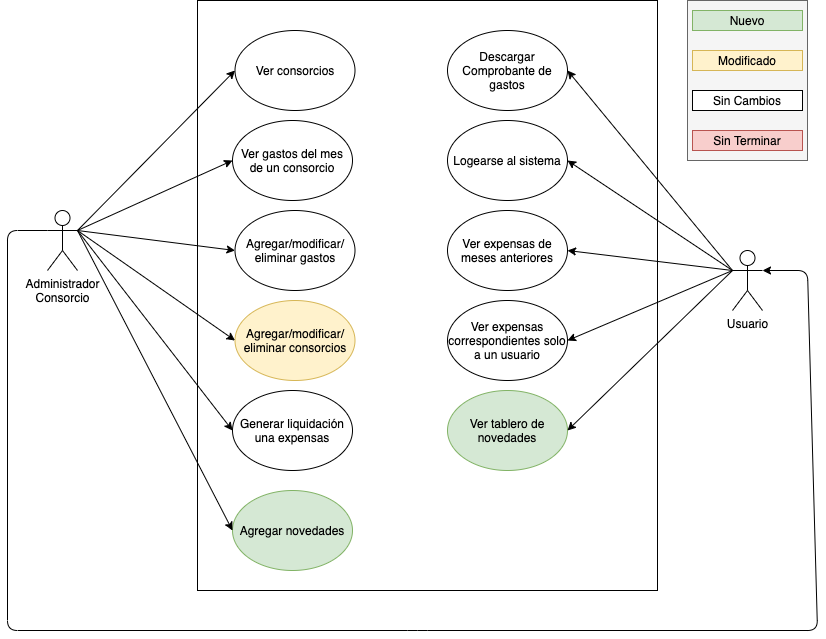
The draw.io diagram united-consortium-doc/use-cases-sources/entrega-3.png in fbritez/consorcio-unido, before a commit. Source tidied: cells renumbered, new cells last; positions are measured from the earlier drawing's top-left corner, leaving out a move shared by most shapes. Its diagram source:
```xml
<mxGraphModel>
  <root>
    <mxCell id="0" />
    <mxCell id="1" parent="0" />
    <mxCell id="2" style="rounded=0;whiteSpace=wrap;html=1;" parent="1" vertex="1">
      <mxGeometry x="190" width="460" height="590" as="geometry" />
    </mxCell>
    <mxCell id="3" value="Administrador&lt;br&gt;Consorcio" style="shape=umlActor;verticalLabelPosition=bottom;verticalAlign=top;html=1;outlineConnect=0;" parent="1" vertex="1">
      <mxGeometry x="40" y="210" width="30" height="60" as="geometry" />
    </mxCell>
    <mxCell id="4" value="Ver consorcios" style="ellipse;whiteSpace=wrap;html=1;" parent="1" vertex="1">
      <mxGeometry x="227.5" y="30" width="120" height="80" as="geometry" />
    </mxCell>
    <mxCell id="5" style="endArrow=classic;html=1;entryX=0;entryY=0.5;entryDx=0;entryDy=0;exitX=1;exitY=0.3333333333333333;exitDx=0;exitDy=0;exitPerimeter=0;" parent="1" edge="1" source="3" target="4">
      <mxGeometry relative="1" as="geometry" />
    </mxCell>
    <mxCell id="6" value="Ver gastos del mes&lt;br&gt;de un consorcio" style="ellipse;whiteSpace=wrap;html=1;" parent="1" vertex="1">
      <mxGeometry x="225" y="120" width="120" height="80" as="geometry" />
    </mxCell>
    <mxCell id="7" style="endArrow=classic;html=1;entryX=0;entryY=0.5;entryDx=0;entryDy=0;exitX=1;exitY=0.3333333333333333;exitDx=0;exitDy=0;exitPerimeter=0;" parent="1" edge="1" source="3" target="6">
      <mxGeometry relative="1" as="geometry" />
    </mxCell>
    <mxCell id="8" value="Agregar/modificar/&lt;br&gt;eliminar gastos" style="ellipse;whiteSpace=wrap;html=1;" parent="1" vertex="1">
      <mxGeometry x="227.5" y="210" width="120" height="80" as="geometry" />
    </mxCell>
    <mxCell id="9" style="endArrow=classic;html=1;entryX=0;entryY=0.5;entryDx=0;entryDy=0;exitX=1;exitY=0.3333333333333333;exitDx=0;exitDy=0;exitPerimeter=0;" parent="1" edge="1" source="3" target="8">
      <mxGeometry relative="1" as="geometry" />
    </mxCell>
    <mxCell id="10" style="rounded=0;whiteSpace=wrap;html=1;fillColor=#f5f5f5;strokeColor=#666666;fontColor=#333333;" parent="1" vertex="1">
      <mxGeometry x="680" width="120" height="160" as="geometry" />
    </mxCell>
    <mxCell id="11" value="Nuevo" style="rounded=0;whiteSpace=wrap;html=1;fillColor=#d5e8d4;strokeColor=#82b366;" parent="1" vertex="1">
      <mxGeometry x="685" y="10" width="110" height="20" as="geometry" />
    </mxCell>
    <mxCell id="12" value="Modificado" style="rounded=0;whiteSpace=wrap;html=1;fillColor=#fff2cc;strokeColor=#d6b656;" parent="1" vertex="1">
      <mxGeometry x="685" y="50" width="110" height="20" as="geometry" />
    </mxCell>
    <mxCell id="13" value="Sin Cambios" style="rounded=0;whiteSpace=wrap;html=1;" parent="1" vertex="1">
      <mxGeometry x="685" y="90" width="110" height="20" as="geometry" />
    </mxCell>
    <mxCell id="14" value="Sin Terminar" style="rounded=0;whiteSpace=wrap;html=1;fillColor=#f8cecc;strokeColor=#b85450;" parent="1" vertex="1">
      <mxGeometry x="685" y="130" width="110" height="20" as="geometry" />
    </mxCell>
    <mxCell id="15" value="Descargar Comprobante de gastos" style="ellipse;whiteSpace=wrap;html=1;fillColor=#FFFFFF;strokeColor=#000000;" parent="1" vertex="1">
      <mxGeometry x="440" y="30" width="120" height="80" as="geometry" />
    </mxCell>
    <mxCell id="16" value="Logearse al sistema" style="ellipse;whiteSpace=wrap;html=1;fillColor=#FFFFFF;strokeColor=#000000;" parent="1" vertex="1">
      <mxGeometry x="440" y="120" width="120" height="80" as="geometry" />
    </mxCell>
    <mxCell id="17" style="endArrow=classic;html=1;entryX=1;entryY=0.5;entryDx=0;entryDy=0;exitX=0;exitY=0.3333333333333333;exitDx=0;exitDy=0;exitPerimeter=0;" parent="1" edge="1" source="19" target="15">
      <mxGeometry relative="1" as="geometry" />
    </mxCell>
    <mxCell id="18" style="endArrow=classic;html=1;entryX=1;entryY=0.5;entryDx=0;entryDy=0;exitX=0;exitY=0.3333333333333333;exitDx=0;exitDy=0;exitPerimeter=0;" parent="1" edge="1" source="19" target="16">
      <mxGeometry relative="1" as="geometry" />
    </mxCell>
    <mxCell id="19" value="Usuario" style="shape=umlActor;verticalLabelPosition=bottom;verticalAlign=top;html=1;outlineConnect=0;" parent="1" vertex="1">
      <mxGeometry x="725" y="250" width="30" height="60" as="geometry" />
    </mxCell>
    <mxCell id="20" value="Agregar/modificar/&lt;br&gt;eliminar consorcios" style="ellipse;whiteSpace=wrap;html=1;fillColor=#fff2cc;strokeColor=#d6b656;" parent="1" vertex="1">
      <mxGeometry x="227.5" y="300" width="120" height="80" as="geometry" />
    </mxCell>
    <mxCell id="21" style="endArrow=classic;html=1;entryX=0;entryY=0.5;entryDx=0;entryDy=0;exitX=1;exitY=0.3333333333333333;exitDx=0;exitDy=0;exitPerimeter=0;" parent="1" edge="1" source="3" target="20">
      <mxGeometry relative="1" as="geometry" />
    </mxCell>
    <mxCell id="22" value="Ver expensas de meses anteriores" style="ellipse;whiteSpace=wrap;html=1;" parent="1" vertex="1">
      <mxGeometry x="440" y="210" width="120" height="80" as="geometry" />
    </mxCell>
    <mxCell id="23" style="endArrow=classic;html=1;entryX=1;entryY=0.5;entryDx=0;entryDy=0;exitX=0;exitY=0.3333333333333333;exitDx=0;exitDy=0;exitPerimeter=0;" parent="1" edge="1" source="19" target="22">
      <mxGeometry relative="1" as="geometry" />
    </mxCell>
    <mxCell id="24" value="Ver expensas correspondientes solo a un usuario" style="ellipse;whiteSpace=wrap;html=1;" parent="1" vertex="1">
      <mxGeometry x="440" y="300" width="120" height="80" as="geometry" />
    </mxCell>
    <mxCell id="25" style="endArrow=classic;html=1;entryX=1;entryY=0.5;entryDx=0;entryDy=0;exitX=0;exitY=0.3333333333333333;exitDx=0;exitDy=0;exitPerimeter=0;" parent="1" edge="1" source="19" target="24">
      <mxGeometry relative="1" as="geometry" />
    </mxCell>
    <mxCell id="26" value="Generar liquidación una expensas" style="ellipse;whiteSpace=wrap;html=1;" parent="1" vertex="1">
      <mxGeometry x="225" y="390" width="120" height="80" as="geometry" />
    </mxCell>
    <mxCell id="27" style="endArrow=classic;html=1;entryX=0;entryY=0.5;entryDx=0;entryDy=0;exitX=1;exitY=0.3333333333333333;exitDx=0;exitDy=0;exitPerimeter=0;" parent="1" edge="1" source="3" target="26">
      <mxGeometry relative="1" as="geometry" />
    </mxCell>
    <mxCell id="28" style="endArrow=classic;html=1;entryX=1;entryY=0.3333333333333333;entryDx=0;entryDy=0;exitX=0;exitY=0.3333333333333333;exitDx=0;exitDy=0;exitPerimeter=0;entryPerimeter=0;" parent="1" edge="1" source="3" target="19">
      <mxGeometry relative="1" as="geometry">
        <Array as="points">
          <mxPoint y="230" />
          <mxPoint y="630" />
          <mxPoint x="410" y="630" />
          <mxPoint x="810" y="630" />
          <mxPoint x="800" y="270" />
        </Array>
      </mxGeometry>
    </mxCell>
    <mxCell id="29" value="Ver tablero de novedades" style="ellipse;whiteSpace=wrap;html=1;fillColor=#d5e8d4;strokeColor=#82b366;" parent="1" vertex="1">
      <mxGeometry x="440" y="390" width="120" height="80" as="geometry" />
    </mxCell>
    <mxCell id="30" style="endArrow=classic;html=1;exitX=0;exitY=0.3333333333333333;exitDx=0;exitDy=0;exitPerimeter=0;" parent="1" edge="1" source="19">
      <mxGeometry relative="1" as="geometry">
        <mxPoint x="560" y="430" as="targetPoint" />
      </mxGeometry>
    </mxCell>
    <mxCell id="31" value="Agregar novedades" style="ellipse;whiteSpace=wrap;html=1;fillColor=#d5e8d4;strokeColor=#82b366;" parent="1" vertex="1">
      <mxGeometry x="225" y="490" width="120" height="80" as="geometry" />
    </mxCell>
    <mxCell id="32" style="endArrow=classic;html=1;entryX=0;entryY=0.5;entryDx=0;entryDy=0;exitX=1;exitY=0.3333333333333333;exitDx=0;exitDy=0;exitPerimeter=0;" parent="1" edge="1" source="3" target="31">
      <mxGeometry relative="1" as="geometry" />
    </mxCell>
  </root>
</mxGraphModel>
```
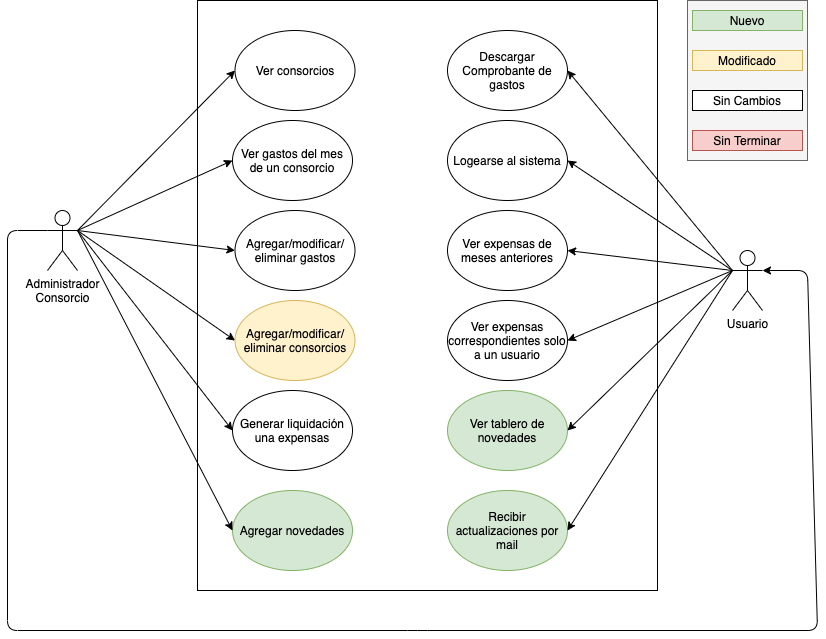
After the change.

What changed in the source:
```diff
@@ -105,5 +105,11 @@
     <mxCell id="32" style="endArrow=classic;html=1;entryX=0;entryY=0.5;entryDx=0;entryDy=0;exitX=1;exitY=0.3333333333333333;exitDx=0;exitDy=0;exitPerimeter=0;" parent="1" edge="1" source="3" target="31">
       <mxGeometry relative="1" as="geometry" />
     </mxCell>
+    <mxCell id="33" value="Recibir actualizaciones por mail" style="ellipse;whiteSpace=wrap;html=1;fillColor=#d5e8d4;strokeColor=#82b366;" parent="1" vertex="1">
+      <mxGeometry x="440" y="490" width="120" height="80" as="geometry" />
+    </mxCell>
+    <mxCell id="34" style="endArrow=classic;html=1;exitX=0;exitY=0.3333333333333333;exitDx=0;exitDy=0;exitPerimeter=0;entryX=1;entryY=0.5;entryDx=0;entryDy=0;" parent="1" edge="1" source="19" target="33">
+      <mxGeometry relative="1" as="geometry" />
+    </mxCell>
   </root>
 </mxGraphModel>
```
